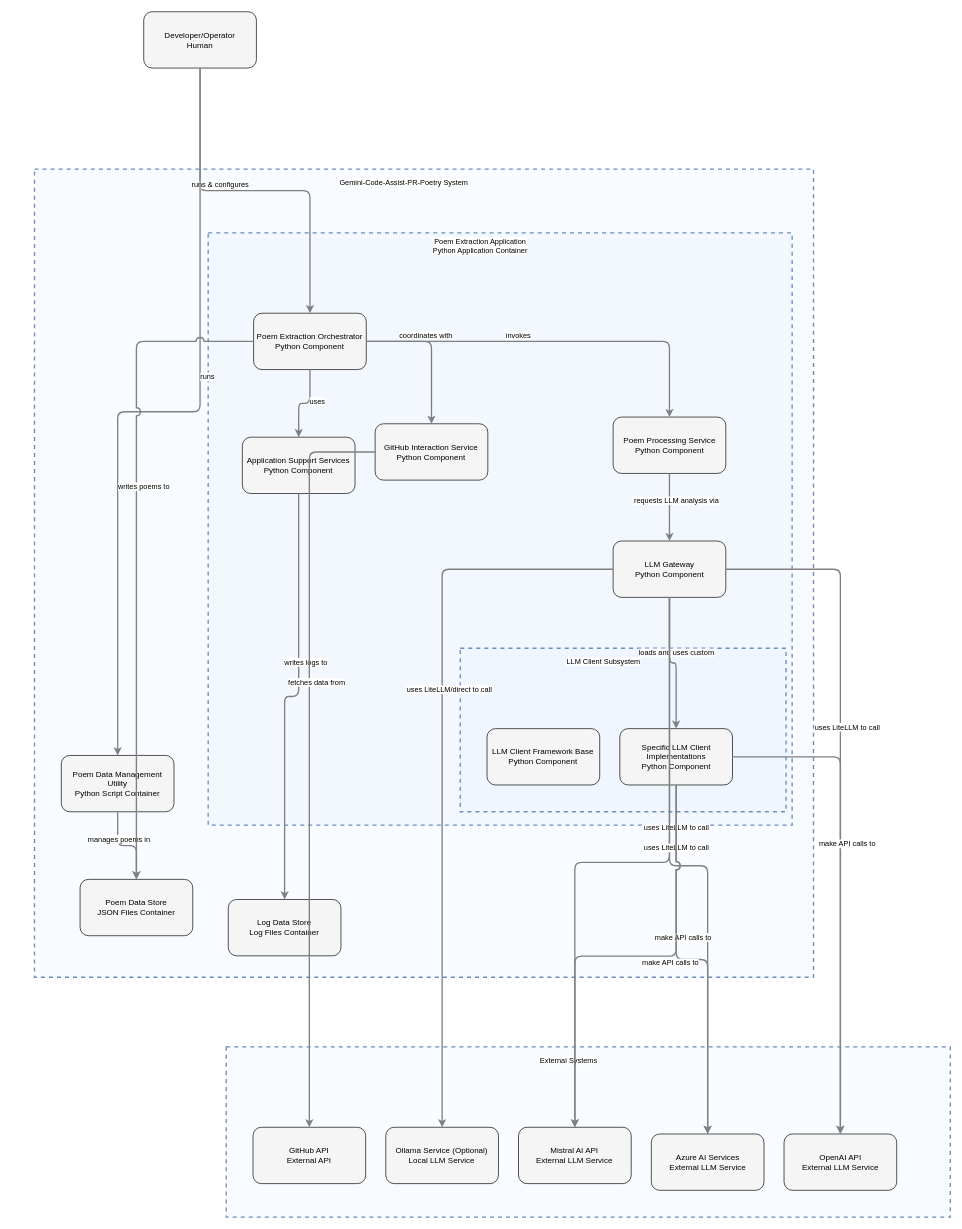
Above: docs/drawio-diagrams/overview-full.drawio in TheRealFREDP3D/Gemini-Code-Assist-PR-Poetry (draw.io), before the change. Source tidied: cells renumbered, new cells numbered last; positions are measured from the earlier drawing's top-left corner, leaving out a move shared by most shapes. Both pictures are drawn from the tidied source at 67%, with x=0, y=0 at pixel (34, 11).
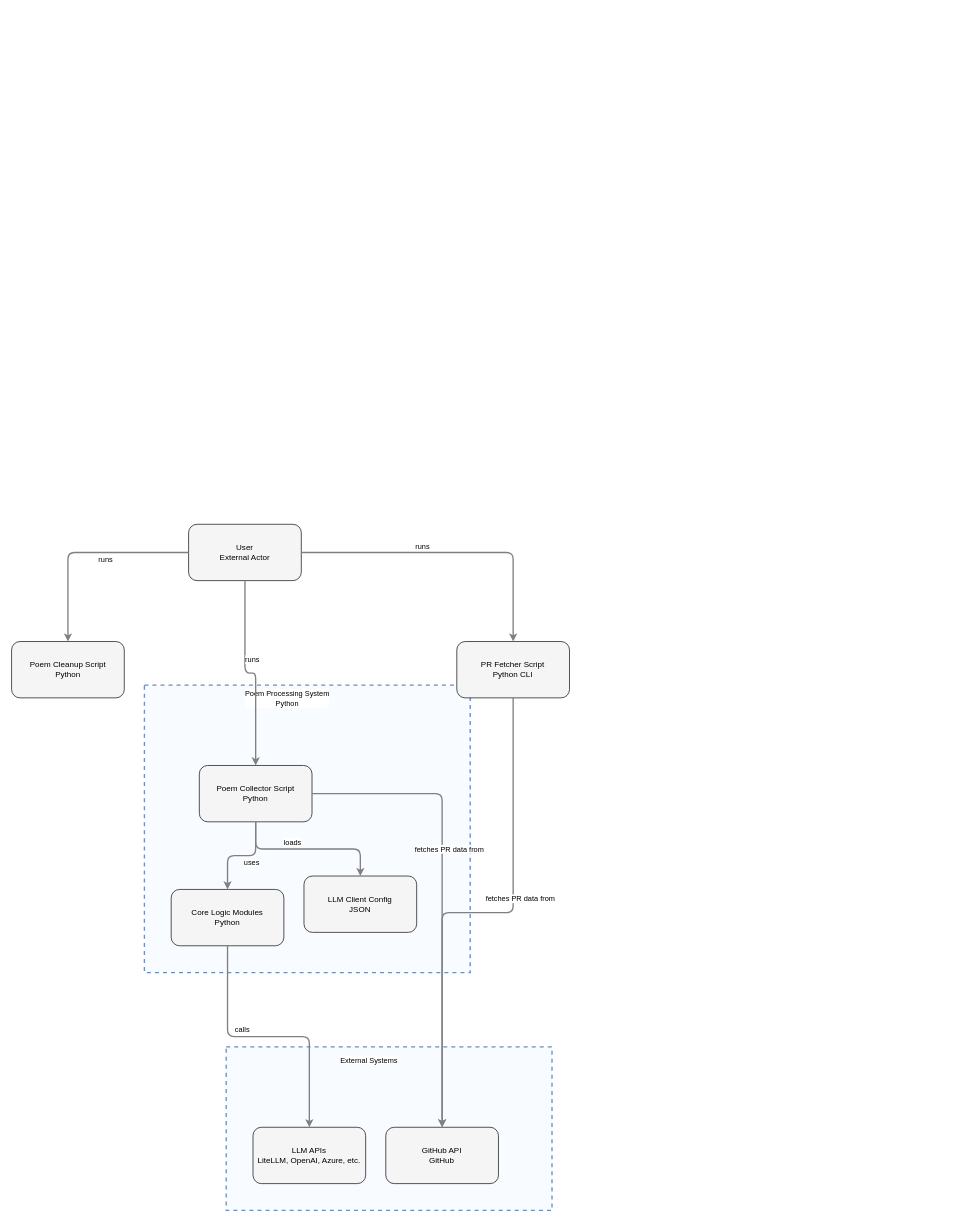
After the change.

Diff of the diagram source:
```diff
@@
-    <mxCell id="2" style="html=1;whiteSpace=wrap;fillColor=#dae8fc;strokeColor=#6c8ebf;dashed=1;fillOpacity=20;strokeWidth=2;containerType=none;" parent="4" vertex="1">
-      <mxGeometry x="376.2" y="620" width="486.3" height="244.1" as="geometry" />
-    </mxCell>
-    <mxCell id="3" value="LLM Client Subsystem" style="edgeLabel;html=1;align=center;verticalAlign=middle;labelBackgroundColor=white;spacing=5;" parent="4" vertex="1">
-      <mxGeometry x="384.2" y="628" width="410.3" height="24" as="geometry" />
-    </mxCell>
-    <mxCell id="4" style="html=1;whiteSpace=wrap;fillColor=#dae8fc;strokeColor=#6c8ebf;dashed=1;fillOpacity=20;strokeWidth=2;containerType=none;" parent="8" vertex="1">
-      <mxGeometry x="259.2" y="95" width="871.6" height="884.1" as="geometry" />
-    </mxCell>
-    <mxCell id="5" value="Poem Extraction Application&lt;br&gt;Python Application Container" style="edgeLabel;html=1;align=center;verticalAlign=middle;labelBackgroundColor=white;spacing=5;" parent="8" vertex="1">
-      <mxGeometry x="267.2" y="103" width="795.6" height="24" as="geometry" />
-    </mxCell>
-    <mxCell id="6" style="html=1;whiteSpace=wrap;fillColor=#dae8fc;strokeColor=#6c8ebf;dashed=1;fillOpacity=20;strokeWidth=2;containerType=none;" parent="1" vertex="1">
-      <mxGeometry x="286.1" y="1545" width="1080.8" height="254.1" as="geometry" />
-    </mxCell>
+    <mxCell id="62" style="html=1;whiteSpace=wrap;fillColor=#dae8fc;strokeColor=#6c8ebf;dashed=1;fillOpacity=20;strokeWidth=2;containerType=none;" parent="1" vertex="1">
+      <mxGeometry x="286.1" y="1545" width="486.3" height="244.1" as="geometry" />
+    </mxCell>
     <mxCell id="7" value="External Systems" style="edgeLabel;html=1;align=center;verticalAlign=middle;labelBackgroundColor=white;spacing=5;" parent="1" vertex="1">
-      <mxGeometry x="294.1" y="1553" width="1004.8" height="24" as="geometry" />
+      <mxGeometry x="294.1" y="1553" width="410.3" height="24" as="geometry" />
     </mxCell>
-    <mxCell id="8" style="html=1;whiteSpace=wrap;fillColor=#dae8fc;strokeColor=#6c8ebf;dashed=1;fillOpacity=20;strokeWidth=2;containerType=none;" parent="1" vertex="1">
-      <mxGeometry y="235" width="1162.7" height="1206.1" as="geometry" />
-    </mxCell>
-    <mxCell id="9" value="Gemini-Code-Assist-PR-Poetry System" style="edgeLabel;html=1;align=center;verticalAlign=middle;labelBackgroundColor=white;spacing=5;" parent="1" vertex="1">
-      <mxGeometry x="8" y="243" width="1086.7" height="24" as="geometry" />
-    </mxCell>
-    <mxCell id="10" value="Developer/Operator&lt;br&gt;Human" style="rounded=1;whiteSpace=wrap;html=1;fillColor=#f5f5f5;" parent="1" vertex="1">
-      <mxGeometry x="163" width="168.2" height="84.1" as="geometry" />
-    </mxCell>
-    <mxCell id="11" value="Poem Data Store&lt;br&gt;JSON Files Container" style="rounded=1;whiteSpace=wrap;html=1;fillColor=#f5f5f5;" parent="8" vertex="1">
-      <mxGeometry x="68" y="1060" width="168.2" height="84.1" as="geometry" />
-    </mxCell>
-    <mxCell id="12" value="Log Data Store&lt;br&gt;Log Files Container" style="rounded=1;whiteSpace=wrap;html=1;fillColor=#f5f5f5;" parent="8" vertex="1">
-      <mxGeometry x="289.2" y="1090" width="168.2" height="84.1" as="geometry" />
-    </mxCell>
-    <mxCell id="13" value="Poem Data Management Utility&lt;br&gt;Python Script Container" style="rounded=1;whiteSpace=wrap;html=1;fillColor=#f5f5f5;" parent="8" vertex="1">
-      <mxGeometry x="40" y="875" width="168.2" height="84.1" as="geometry" />
-    </mxCell>
-    <mxCell id="14" value="GitHub API&lt;br&gt;External API" style="rounded=1;whiteSpace=wrap;html=1;fillColor=#f5f5f5;" parent="6" vertex="1">
-      <mxGeometry x="40" y="120" width="168.2" height="84.1" as="geometry" />
-    </mxCell>
-    <mxCell id="15" value="OpenAI API&lt;br&gt;External LLM Service" style="rounded=1;whiteSpace=wrap;html=1;fillColor=#f5f5f5;" parent="6" vertex="1">
-      <mxGeometry x="832.6" y="130" width="168.2" height="84.1" as="geometry" />
-    </mxCell>
-    <mxCell id="16" value="Azure AI Services&lt;br&gt;External LLM Service" style="rounded=1;whiteSpace=wrap;html=1;fillColor=#f5f5f5;" parent="6" vertex="1">
-      <mxGeometry x="634.5" y="130" width="168.2" height="84.1" as="geometry" />
-    </mxCell>
-    <mxCell id="17" value="Mistral AI API&lt;br&gt;External LLM Service" style="rounded=1;whiteSpace=wrap;html=1;fillColor=#f5f5f5;" parent="6" vertex="1">
-      <mxGeometry x="436.3" y="120" width="168.2" height="84.1" as="geometry" />
-    </mxCell>
-    <mxCell id="18" value="Ollama Service (Optional)&lt;br&gt;Local LLM Service" style="rounded=1;whiteSpace=wrap;html=1;fillColor=#f5f5f5;" parent="6" vertex="1">
-      <mxGeometry x="238.2" y="120" width="168.2" height="84.1" as="geometry" />
-    </mxCell>
-    <mxCell id="19" value="Poem Extraction Orchestrator&lt;br&gt;Python Component" style="rounded=1;whiteSpace=wrap;html=1;fillColor=#f5f5f5;" parent="4" vertex="1">
-      <mxGeometry x="67.8" y="120" width="168.2" height="84.1" as="geometry" />
-    </mxCell>
-    <mxCell id="20" value="GitHub Interaction Service&lt;br&gt;Python Component" style="rounded=1;whiteSpace=wrap;html=1;fillColor=#f5f5f5;" parent="4" vertex="1">
-      <mxGeometry x="249.2" y="285" width="168.2" height="84.1" as="geometry" />
-    </mxCell>
-    <mxCell id="21" value="LLM Gateway&lt;br&gt;Python Component" style="rounded=1;whiteSpace=wrap;html=1;fillColor=#f5f5f5;" parent="4" vertex="1">
-      <mxGeometry x="604.4" y="460" width="168.2" height="84.1" as="geometry" />
-    </mxCell>
-    <mxCell id="22" value="Poem Processing Service&lt;br&gt;Python Component" style="rounded=1;whiteSpace=wrap;html=1;fillColor=#f5f5f5;" parent="4" vertex="1">
-      <mxGeometry x="604.4" y="275" width="168.2" height="84.1" as="geometry" />
-    </mxCell>
-    <mxCell id="23" value="Application Support Services&lt;br&gt;Python Component" style="rounded=1;whiteSpace=wrap;html=1;fillColor=#f5f5f5;" parent="4" vertex="1">
-      <mxGeometry x="51" y="305" width="168.2" height="84.1" as="geometry" />
-    </mxCell>
-    <mxCell id="24" value="LLM Client Framework Base&lt;br&gt;Python Component" style="rounded=1;whiteSpace=wrap;html=1;fillColor=#f5f5f5;" parent="2" vertex="1">
-      <mxGeometry x="40" y="120" width="168.2" height="84.1" as="geometry" />
-    </mxCell>
-    <mxCell id="25" value="Specific LLM Client Implementations&lt;br&gt;Python Component" style="rounded=1;whiteSpace=wrap;html=1;fillColor=#f5f5f5;" parent="2" vertex="1">
-      <mxGeometry x="238.2" y="120" width="168.2" height="84.1" as="geometry" />
-    </mxCell>
-    <mxCell id="26" style="edgeStyle=orthogonalEdgeStyle;rounded=1;jettySize=auto;html=1;strokeColor=#808080;strokeWidth=2;jumpStyle=arc;jumpSize=10;spacing=15;labelBackgroundColor=white;labelBorderColor=none;" parent="1" edge="1" source="13" target="11">
-      <mxGeometry relative="1" as="geometry" />
-    </mxCell>
-    <mxCell id="27" value="manages poems in" style="edgeLabel;html=1;align=center;verticalAlign=middle;" parent="26" vertex="1">
-      <mxGeometry x="-0.2" y="10" relative="1" as="geometry" />
-    </mxCell>
-    <mxCell id="28" style="edgeStyle=orthogonalEdgeStyle;rounded=1;jettySize=auto;html=1;strokeColor=#808080;strokeWidth=2;jumpStyle=arc;jumpSize=10;spacing=15;labelBackgroundColor=white;labelBorderColor=none;" parent="1" edge="1" source="10" target="19">
-      <mxGeometry relative="1" as="geometry" />
-    </mxCell>
-    <mxCell id="29" value="runs &amp; configures" style="edgeLabel;html=1;align=center;verticalAlign=middle;" parent="28" vertex="1">
-      <mxGeometry x="-0.2" y="10" relative="1" as="geometry" />
-    </mxCell>
-    <mxCell id="30" style="edgeStyle=orthogonalEdgeStyle;rounded=1;jettySize=auto;html=1;strokeColor=#808080;strokeWidth=2;jumpStyle=arc;jumpSize=10;spacing=15;labelBackgroundColor=white;labelBorderColor=none;" parent="1" edge="1" source="10" target="13">
-      <mxGeometry relative="1" as="geometry" />
-    </mxCell>
-    <mxCell id="31" value="runs" style="edgeLabel;html=1;align=center;verticalAlign=middle;" parent="30" vertex="1">
-      <mxGeometry x="-0.2" y="10" relative="1" as="geometry" />
-    </mxCell>
-    <mxCell id="32" style="edgeStyle=orthogonalEdgeStyle;rounded=1;jettySize=auto;html=1;strokeColor=#808080;strokeWidth=2;jumpStyle=arc;jumpSize=10;spacing=15;labelBackgroundColor=white;labelBorderColor=none;" parent="1" edge="1" source="19" target="20">
-      <mxGeometry relative="1" as="geometry" />
-    </mxCell>
-    <mxCell id="33" value="coordinates with" style="edgeLabel;html=1;align=center;verticalAlign=middle;" parent="32" vertex="1">
-      <mxGeometry x="-0.2" y="10" relative="1" as="geometry" />
-    </mxCell>
-    <mxCell id="34" style="edgeStyle=orthogonalEdgeStyle;rounded=1;jettySize=auto;html=1;strokeColor=#808080;strokeWidth=2;jumpStyle=arc;jumpSize=10;spacing=15;labelBackgroundColor=white;labelBorderColor=none;" parent="1" edge="1" source="19" target="22">
-      <mxGeometry relative="1" as="geometry" />
-    </mxCell>
-    <mxCell id="35" value="invokes" style="edgeLabel;html=1;align=center;verticalAlign=middle;" parent="34" vertex="1">
-      <mxGeometry x="-0.2" y="10" relative="1" as="geometry" />
-    </mxCell>
-    <mxCell id="36" style="edgeStyle=orthogonalEdgeStyle;rounded=1;jettySize=auto;html=1;strokeColor=#808080;strokeWidth=2;jumpStyle=arc;jumpSize=10;spacing=15;labelBackgroundColor=white;labelBorderColor=none;" parent="1" edge="1" source="19" target="23">
-      <mxGeometry relative="1" as="geometry" />
-    </mxCell>
+    <mxCell id="63" style="html=1;whiteSpace=wrap;fillColor=#dae8fc;strokeColor=#6c8ebf;dashed=1;fillOpacity=20;strokeWidth=2;containerType=none;" parent="1" vertex="1">
+      <mxGeometry x="164" y="1005" width="486.3" height="429.1" as="geometry" />
+    </mxCell>
+    <mxCell id="64" value="Poem Processing System&lt;br&gt;Python" style="edgeLabel;html=1;align=center;verticalAlign=middle;labelBackgroundColor=white;spacing=5;" parent="1" vertex="1">
+      <mxGeometry x="172" y="1013" width="410.3" height="24" as="geometry" />
+    </mxCell>
+    <mxCell id="65" value="Poem Cleanup Script&lt;br&gt;Python" style="rounded=1;whiteSpace=wrap;html=1;fillColor=#f5f5f5;" parent="1" vertex="1">
+      <mxGeometry x="-34.2" y="940" width="168.2" height="84.1" as="geometry" />
+    </mxCell>
+    <mxCell id="66" value="PR Fetcher Script&lt;br&gt;Python CLI" style="rounded=1;whiteSpace=wrap;html=1;fillColor=#f5f5f5;" parent="1" vertex="1">
+      <mxGeometry x="630.3" y="940" width="168.2" height="84.1" as="geometry" />
+    </mxCell>
+    <mxCell id="67" value="User&lt;br&gt;External Actor" style="rounded=1;whiteSpace=wrap;html=1;fillColor=#f5f5f5;" parent="1" vertex="1">
+      <mxGeometry x="230" y="765" width="168.2" height="84.1" as="geometry" />
+    </mxCell>
+    <mxCell id="68" value="Poem Collector Script&lt;br&gt;Python" style="rounded=1;whiteSpace=wrap;html=1;fillColor=#f5f5f5;" parent="63" vertex="1">
+      <mxGeometry x="82" y="120" width="168.2" height="84.1" as="geometry" />
+    </mxCell>
+    <mxCell id="69" value="Core Logic Modules&lt;br&gt;Python" style="rounded=1;whiteSpace=wrap;html=1;fillColor=#f5f5f5;" parent="63" vertex="1">
+      <mxGeometry x="40" y="305" width="168.2" height="84.1" as="geometry" />
+    </mxCell>
+    <mxCell id="70" value="LLM Client Config&lt;br&gt;JSON" style="rounded=1;whiteSpace=wrap;html=1;fillColor=#f5f5f5;" parent="63" vertex="1">
+      <mxGeometry x="238.2" y="285" width="168.2" height="84.1" as="geometry" />
+    </mxCell>
+    <mxCell id="71" value="GitHub API&lt;br&gt;GitHub" style="rounded=1;whiteSpace=wrap;html=1;fillColor=#f5f5f5;" parent="62" vertex="1">
+      <mxGeometry x="238.2" y="120" width="168.2" height="84.1" as="geometry" />
+    </mxCell>
+    <mxCell id="72" value="LLM APIs&lt;br&gt;LiteLLM, OpenAI, Azure, etc." style="rounded=1;whiteSpace=wrap;html=1;fillColor=#f5f5f5;" parent="62" vertex="1">
+      <mxGeometry x="40" y="120" width="168.2" height="84.1" as="geometry" />
+    </mxCell>
+    <mxCell id="73" style="edgeStyle=orthogonalEdgeStyle;rounded=1;jettySize=auto;html=1;strokeColor=#808080;strokeWidth=2;jumpStyle=arc;jumpSize=10;spacing=15;labelBackgroundColor=white;labelBorderColor=none;" parent="1" edge="1" source="67" target="68">
+      <mxGeometry relative="1" as="geometry" />
+    </mxCell>
+    <mxCell id="74" value="runs" style="edgeLabel;html=1;align=center;verticalAlign=middle;" parent="73" vertex="1">
+      <mxGeometry x="-0.2" y="10" relative="1" as="geometry" />
+    </mxCell>
+    <mxCell id="75" style="edgeStyle=orthogonalEdgeStyle;rounded=1;jettySize=auto;html=1;strokeColor=#808080;strokeWidth=2;jumpStyle=arc;jumpSize=10;spacing=15;labelBackgroundColor=white;labelBorderColor=none;" parent="1" edge="1" source="67" target="65">
+      <mxGeometry relative="1" as="geometry" />
+    </mxCell>
+    <mxCell id="76" value="runs" style="edgeLabel;html=1;align=center;verticalAlign=middle;" parent="75" vertex="1">
+      <mxGeometry x="-0.2" y="10" relative="1" as="geometry" />
+    </mxCell>
+    <mxCell id="77" style="edgeStyle=orthogonalEdgeStyle;rounded=1;jettySize=auto;html=1;strokeColor=#808080;strokeWidth=2;jumpStyle=arc;jumpSize=10;spacing=15;labelBackgroundColor=white;labelBorderColor=none;" parent="1" edge="1" source="67" target="66">
+      <mxGeometry relative="1" as="geometry" />
+    </mxCell>
+    <mxCell id="78" value="runs" style="edgeLabel;html=1;align=center;verticalAlign=middle;" parent="77" vertex="1">
+      <mxGeometry x="-0.2" y="10" relative="1" as="geometry" />
+    </mxCell>
+    <mxCell id="79" style="edgeStyle=orthogonalEdgeStyle;rounded=1;jettySize=auto;html=1;strokeColor=#808080;strokeWidth=2;jumpStyle=arc;jumpSize=10;spacing=15;labelBackgroundColor=white;labelBorderColor=none;" parent="1" edge="1" source="68" target="69">
+      <mxGeometry relative="1" as="geometry" />
+    </mxCell>
-    <mxCell id="37" value="uses" style="edgeLabel;html=1;align=center;verticalAlign=middle;" parent="36" vertex="1">
+    <mxCell id="37" value="uses" style="edgeLabel;html=1;align=center;verticalAlign=middle;" parent="79" vertex="1">
       <mxGeometry x="-0.2" y="10" relative="1" as="geometry" />
     </mxCell>
-    <mxCell id="38" style="edgeStyle=orthogonalEdgeStyle;rounded=1;jettySize=auto;html=1;strokeColor=#808080;strokeWidth=2;jumpStyle=arc;jumpSize=10;spacing=15;labelBackgroundColor=white;labelBorderColor=none;" parent="1" edge="1" source="19" target="11">
-      <mxGeometry relative="1" as="geometry" />
-    </mxCell>
-    <mxCell id="39" value="writes poems to" style="edgeLabel;html=1;align=center;verticalAlign=middle;" parent="38" vertex="1">
-      <mxGeometry x="-0.2" y="10" relative="1" as="geometry" />
-    </mxCell>
-    <mxCell id="40" style="edgeStyle=orthogonalEdgeStyle;rounded=1;jettySize=auto;html=1;strokeColor=#808080;strokeWidth=2;jumpStyle=arc;jumpSize=10;spacing=15;labelBackgroundColor=white;labelBorderColor=none;" parent="1" edge="1" source="22" target="21">
-      <mxGeometry relative="1" as="geometry" />
-    </mxCell>
-    <mxCell id="41" value="requests LLM analysis via" style="edgeLabel;html=1;align=center;verticalAlign=middle;" parent="40" vertex="1">
-      <mxGeometry x="-0.2" y="10" relative="1" as="geometry" />
-    </mxCell>
-    <mxCell id="42" style="edgeStyle=orthogonalEdgeStyle;rounded=1;jettySize=auto;html=1;strokeColor=#808080;strokeWidth=2;jumpStyle=arc;jumpSize=10;spacing=15;labelBackgroundColor=white;labelBorderColor=none;" parent="1" edge="1" source="21" target="25">
-      <mxGeometry relative="1" as="geometry" />
-    </mxCell>
-    <mxCell id="43" value="loads and uses custom" style="edgeLabel;html=1;align=center;verticalAlign=middle;" parent="42" vertex="1">
-      <mxGeometry x="-0.2" y="10" relative="1" as="geometry" />
-    </mxCell>
-    <mxCell id="44" style="edgeStyle=orthogonalEdgeStyle;rounded=1;jettySize=auto;html=1;strokeColor=#808080;strokeWidth=2;jumpStyle=arc;jumpSize=10;spacing=15;labelBackgroundColor=white;labelBorderColor=none;" parent="1" edge="1" source="21" target="15">
-      <mxGeometry relative="1" as="geometry" />
-    </mxCell>
-    <mxCell id="45" value="uses LiteLLM to call" style="edgeLabel;html=1;align=center;verticalAlign=middle;" parent="44" vertex="1">
-      <mxGeometry x="-0.2" y="10" relative="1" as="geometry" />
-    </mxCell>
-    <mxCell id="46" style="edgeStyle=orthogonalEdgeStyle;rounded=1;jettySize=auto;html=1;strokeColor=#808080;strokeWidth=2;jumpStyle=arc;jumpSize=10;spacing=15;labelBackgroundColor=white;labelBorderColor=none;" parent="1" edge="1" source="21" target="16">
-      <mxGeometry relative="1" as="geometry" />
-    </mxCell>
-    <mxCell id="47" value="uses LiteLLM to call" style="edgeLabel;html=1;align=center;verticalAlign=middle;" parent="46" vertex="1">
-      <mxGeometry x="-0.2" y="10" relative="1" as="geometry" />
-    </mxCell>
-    <mxCell id="48" style="edgeStyle=orthogonalEdgeStyle;rounded=1;jettySize=auto;html=1;strokeColor=#808080;strokeWidth=2;jumpStyle=arc;jumpSize=10;spacing=15;labelBackgroundColor=white;labelBorderColor=none;" parent="1" edge="1" source="21" target="17">
-      <mxGeometry relative="1" as="geometry" />
-    </mxCell>
-    <mxCell id="49" value="uses LiteLLM to call" style="edgeLabel;html=1;align=center;verticalAlign=middle;" parent="48" vertex="1">
-      <mxGeometry x="-0.2" y="10" relative="1" as="geometry" />
-    </mxCell>
-    <mxCell id="50" style="edgeStyle=orthogonalEdgeStyle;rounded=1;jettySize=auto;html=1;strokeColor=#808080;strokeWidth=2;jumpStyle=arc;jumpSize=10;spacing=15;labelBackgroundColor=white;labelBorderColor=none;" parent="1" edge="1" source="21" target="18">
-      <mxGeometry relative="1" as="geometry" />
-    </mxCell>
-    <mxCell id="51" value="uses LiteLLM/direct to call" style="edgeLabel;html=1;align=center;verticalAlign=middle;" parent="50" vertex="1">
-      <mxGeometry x="-0.2" y="10" relative="1" as="geometry" />
-    </mxCell>
-    <mxCell id="52" style="edgeStyle=orthogonalEdgeStyle;rounded=1;jettySize=auto;html=1;strokeColor=#808080;strokeWidth=2;jumpStyle=arc;jumpSize=10;spacing=15;labelBackgroundColor=white;labelBorderColor=none;" parent="1" edge="1" source="23" target="12">
-      <mxGeometry relative="1" as="geometry" />
-    </mxCell>
-    <mxCell id="53" value="writes logs to" style="edgeLabel;html=1;align=center;verticalAlign=middle;" parent="52" vertex="1">
-      <mxGeometry x="-0.2" y="10" relative="1" as="geometry" />
-    </mxCell>
-    <mxCell id="54" style="edgeStyle=orthogonalEdgeStyle;rounded=1;jettySize=auto;html=1;strokeColor=#808080;strokeWidth=2;jumpStyle=arc;jumpSize=10;spacing=15;labelBackgroundColor=white;labelBorderColor=none;" parent="1" edge="1" source="20" target="14">
-      <mxGeometry relative="1" as="geometry" />
-    </mxCell>
-    <mxCell id="55" value="fetches data from" style="edgeLabel;html=1;align=center;verticalAlign=middle;" parent="54" vertex="1">
-      <mxGeometry x="-0.2" y="10" relative="1" as="geometry" />
-    </mxCell>
-    <mxCell id="56" style="edgeStyle=orthogonalEdgeStyle;rounded=1;jettySize=auto;html=1;strokeColor=#808080;strokeWidth=2;jumpStyle=arc;jumpSize=10;spacing=15;labelBackgroundColor=white;labelBorderColor=none;" parent="1" edge="1" source="25" target="15">
-      <mxGeometry relative="1" as="geometry" />
-    </mxCell>
-    <mxCell id="57" value="make API calls to" style="edgeLabel;html=1;align=center;verticalAlign=middle;" parent="56" vertex="1">
-      <mxGeometry x="-0.2" y="10" relative="1" as="geometry" />
-    </mxCell>
-    <mxCell id="58" style="edgeStyle=orthogonalEdgeStyle;rounded=1;jettySize=auto;html=1;strokeColor=#808080;strokeWidth=2;jumpStyle=arc;jumpSize=10;spacing=15;labelBackgroundColor=white;labelBorderColor=none;" parent="1" edge="1" source="25" target="16">
-      <mxGeometry relative="1" as="geometry" />
-    </mxCell>
-    <mxCell id="59" value="make API calls to" style="edgeLabel;html=1;align=center;verticalAlign=middle;" parent="58" vertex="1">
-      <mxGeometry x="-0.2" y="10" relative="1" as="geometry" />
-    </mxCell>
-    <mxCell id="60" style="edgeStyle=orthogonalEdgeStyle;rounded=1;jettySize=auto;html=1;strokeColor=#808080;strokeWidth=2;jumpStyle=arc;jumpSize=10;spacing=15;labelBackgroundColor=white;labelBorderColor=none;" parent="1" edge="1" source="25" target="17">
-      <mxGeometry relative="1" as="geometry" />
-    </mxCell>
-    <mxCell id="61" value="make API calls to" style="edgeLabel;html=1;align=center;verticalAlign=middle;" parent="60" vertex="1">
-      <mxGeometry x="-0.2" y="10" relative="1" as="geometry" />
-    </mxCell>
+    <mxCell id="80" style="edgeStyle=orthogonalEdgeStyle;rounded=1;jettySize=auto;html=1;strokeColor=#808080;strokeWidth=2;jumpStyle=arc;jumpSize=10;spacing=15;labelBackgroundColor=white;labelBorderColor=none;" parent="1" edge="1" source="68" target="70">
+      <mxGeometry relative="1" as="geometry" />
+    </mxCell>
+    <mxCell id="81" value="loads" style="edgeLabel;html=1;align=center;verticalAlign=middle;" parent="80" vertex="1">
+      <mxGeometry x="-0.2" y="10" relative="1" as="geometry" />
+    </mxCell>
+    <mxCell id="82" style="edgeStyle=orthogonalEdgeStyle;rounded=1;jettySize=auto;html=1;strokeColor=#808080;strokeWidth=2;jumpStyle=arc;jumpSize=10;spacing=15;labelBackgroundColor=white;labelBorderColor=none;" parent="1" edge="1" source="68" target="71">
+      <mxGeometry relative="1" as="geometry" />
+    </mxCell>
+    <mxCell id="83" value="fetches PR data from" style="edgeLabel;html=1;align=center;verticalAlign=middle;" parent="82" vertex="1">
+      <mxGeometry x="-0.2" y="10" relative="1" as="geometry" />
+    </mxCell>
+    <mxCell id="84" style="edgeStyle=orthogonalEdgeStyle;rounded=1;jettySize=auto;html=1;strokeColor=#808080;strokeWidth=2;jumpStyle=arc;jumpSize=10;spacing=15;labelBackgroundColor=white;labelBorderColor=none;" parent="1" edge="1" source="66" target="71">
+      <mxGeometry relative="1" as="geometry" />
+    </mxCell>
+    <mxCell id="85" value="fetches PR data from" style="edgeLabel;html=1;align=center;verticalAlign=middle;" parent="84" vertex="1">
+      <mxGeometry x="-0.2" y="10" relative="1" as="geometry" />
+    </mxCell>
+    <mxCell id="86" style="edgeStyle=orthogonalEdgeStyle;rounded=1;jettySize=auto;html=1;strokeColor=#808080;strokeWidth=2;jumpStyle=arc;jumpSize=10;spacing=15;labelBackgroundColor=white;labelBorderColor=none;" parent="1" edge="1" source="69" target="72">
+      <mxGeometry relative="1" as="geometry" />
+    </mxCell>
+    <mxCell id="87" value="calls" style="edgeLabel;html=1;align=center;verticalAlign=middle;" parent="86" vertex="1">
+      <mxGeometry x="-0.2" y="10" relative="1" as="geometry" />
+    </mxCell>
```
